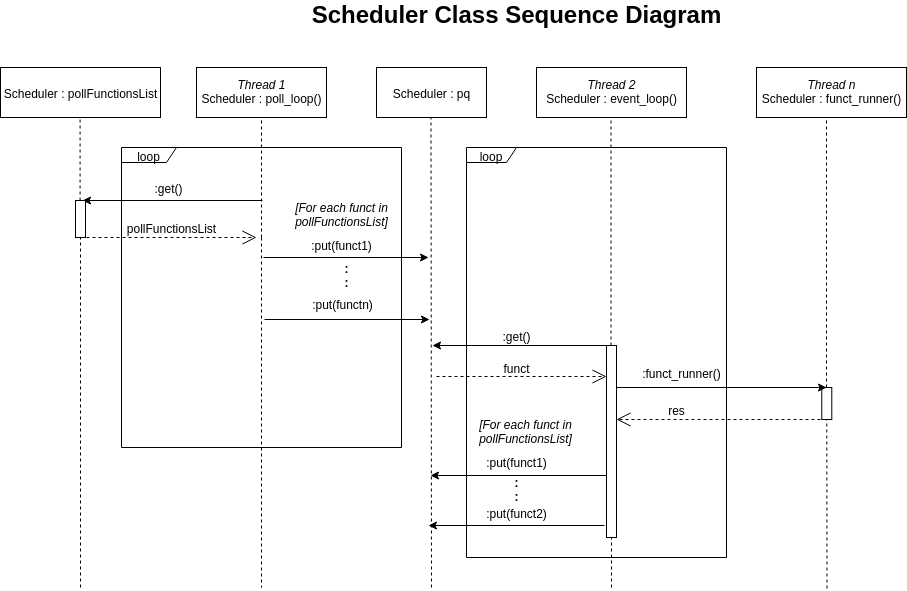
This is images/scheduler_sequence_diagram.png from Uvic-Robotics-Club/Scheduler, a draw.io export, as it was before one commit. Source tidied: cells renumbered, new cells last; positions are measured from the earlier drawing's top-left corner, leaving out a move shared by most shapes. Source of this version:
```xml
<mxGraphModel>
  <root>
    <mxCell id="0" />
    <mxCell id="1" parent="0" />
    <mxCell id="2" style="html=1;points=[];perimeter=orthogonalPerimeter;" parent="1" vertex="1">
      <mxGeometry x="821.3" y="383" width="10" height="32" as="geometry" />
    </mxCell>
    <mxCell id="3" value="loop" style="shape=umlFrame;whiteSpace=wrap;html=1;width=50;height=15;" parent="1" vertex="1">
      <mxGeometry x="466" y="143" width="260" height="410" as="geometry" />
    </mxCell>
    <mxCell id="4" value="loop" style="shape=umlFrame;whiteSpace=wrap;html=1;width=55;height=15;" parent="1" vertex="1">
      <mxGeometry x="121" y="143" width="280" height="300" as="geometry" />
    </mxCell>
    <mxCell id="5" value="&lt;i&gt;Thread 1&lt;/i&gt;&lt;br&gt;Scheduler : poll_loop()" style="html=1;" parent="1" vertex="1">
      <mxGeometry x="196" y="63" width="130" height="50" as="geometry" />
    </mxCell>
    <mxCell id="6" value="&lt;i&gt;Thread 2&lt;/i&gt;&lt;br&gt;Scheduler : event_loop()" style="html=1;" parent="1" vertex="1">
      <mxGeometry x="536" y="63" width="150" height="50" as="geometry" />
    </mxCell>
    <mxCell id="7" style="endArrow=none;dashed=1;html=1;entryX=0.5;entryY=1;entryDx=0;entryDy=0;" parent="1" edge="1" target="5">
      <mxGeometry relative="1" as="geometry">
        <mxPoint x="261" y="233" as="sourcePoint" />
      </mxGeometry>
    </mxCell>
    <mxCell id="8" style="endArrow=none;dashed=1;html=1;entryX=0.5;entryY=1;entryDx=0;entryDy=0;" parent="1" edge="1" source="14">
      <mxGeometry relative="1" as="geometry">
        <mxPoint x="610.5" y="113" as="targetPoint" />
      </mxGeometry>
    </mxCell>
    <mxCell id="9" style="endArrow=none;dashed=1;html=1;exitX=0.8;exitY=0.988;exitDx=0;exitDy=0;exitPerimeter=0;" parent="1" edge="1">
      <mxGeometry relative="1" as="geometry">
        <mxPoint x="261" y="233" as="sourcePoint" />
        <mxPoint x="261" y="583" as="targetPoint" />
      </mxGeometry>
    </mxCell>
    <mxCell id="10" value="Scheduler : pq" style="html=1;" parent="1" vertex="1">
      <mxGeometry x="376" y="63" width="110" height="50" as="geometry" />
    </mxCell>
    <mxCell id="11" style="endArrow=none;dashed=1;html=1;entryX=0.5;entryY=1;entryDx=0;entryDy=0;" parent="1" edge="1">
      <mxGeometry relative="1" as="geometry">
        <mxPoint x="431" y="583" as="sourcePoint" />
        <mxPoint x="430.5" y="113" as="targetPoint" />
      </mxGeometry>
    </mxCell>
    <mxCell id="12" value=":put(funct1)" style="text;html=1;align=center;verticalAlign=middle;" parent="1" vertex="1">
      <mxGeometry x="301" y="230" width="80" height="20" as="geometry" />
    </mxCell>
    <mxCell id="13" style="endArrow=classic;html=1;" parent="1" edge="1">
      <mxGeometry relative="1" as="geometry">
        <mxPoint x="608" y="341" as="sourcePoint" />
        <mxPoint x="432" y="341" as="targetPoint" />
      </mxGeometry>
    </mxCell>
    <mxCell id="14" style="html=1;points=[];perimeter=orthogonalPerimeter;" parent="1" vertex="1">
      <mxGeometry x="606" y="341" width="10" height="192" as="geometry" />
    </mxCell>
    <mxCell id="15" style="endArrow=none;dashed=1;html=1;entryX=0.5;entryY=1;entryDx=0;entryDy=0;" parent="1" edge="1" target="14">
      <mxGeometry relative="1" as="geometry">
        <mxPoint x="611" y="583" as="sourcePoint" />
      </mxGeometry>
    </mxCell>
    <mxCell id="16" value=":get()" style="text;html=1;align=center;verticalAlign=middle;" parent="1" vertex="1">
      <mxGeometry x="496" y="321" width="40" height="20" as="geometry" />
    </mxCell>
    <mxCell id="17" value="&lt;font style=&quot;font-size: 12px&quot;&gt;funct&lt;/font&gt;" style="endArrow=open;endSize=12;dashed=1;html=1;" parent="1" edge="1">
      <mxGeometry x="-0.06" y="9" relative="1" as="geometry">
        <mxPoint x="436" y="372" as="sourcePoint" />
        <mxPoint x="606" y="372" as="targetPoint" />
      </mxGeometry>
    </mxCell>
    <mxCell id="18" value="Scheduler : pollFunctionsList" style="html=1;" parent="1" vertex="1">
      <mxGeometry y="63" width="160" height="50" as="geometry" />
    </mxCell>
    <mxCell id="19" style="endArrow=none;dashed=1;html=1;" parent="1" edge="1" source="22">
      <mxGeometry relative="1" as="geometry">
        <mxPoint x="79.6" y="113" as="targetPoint" />
      </mxGeometry>
    </mxCell>
    <mxCell id="20" style="endArrow=classic;html=1;" parent="1" edge="1">
      <mxGeometry relative="1" as="geometry">
        <mxPoint x="263" y="253" as="sourcePoint" />
        <mxPoint x="428" y="253" as="targetPoint" />
      </mxGeometry>
    </mxCell>
    <mxCell id="21" style="endArrow=classic;html=1;" parent="1" edge="1">
      <mxGeometry relative="1" as="geometry">
        <mxPoint x="262" y="196" as="sourcePoint" />
        <mxPoint x="82" y="196" as="targetPoint" />
      </mxGeometry>
    </mxCell>
    <mxCell id="22" style="html=1;points=[];perimeter=orthogonalPerimeter;" parent="1" vertex="1">
      <mxGeometry x="75" y="196" width="10" height="37" as="geometry" />
    </mxCell>
    <mxCell id="23" style="endArrow=none;dashed=1;html=1;" parent="1" edge="1" target="22">
      <mxGeometry relative="1" as="geometry">
        <mxPoint x="80" y="583" as="sourcePoint" />
      </mxGeometry>
    </mxCell>
    <mxCell id="24" value=":get()" style="text;html=1;align=center;verticalAlign=middle;" parent="1" vertex="1">
      <mxGeometry x="148" y="173" width="40" height="20" as="geometry" />
    </mxCell>
    <mxCell id="25" value="&lt;font style=&quot;font-size: 12px&quot;&gt;pollFunctionsList&lt;/font&gt;" style="endArrow=open;endSize=12;dashed=1;html=1;" parent="1" edge="1">
      <mxGeometry y="10" relative="1" as="geometry">
        <mxPoint x="86" y="233" as="sourcePoint" />
        <mxPoint x="256" y="233" as="targetPoint" />
      </mxGeometry>
    </mxCell>
    <mxCell id="26" value=":put(functn)" style="text;html=1;align=center;verticalAlign=middle;" parent="1" vertex="1">
      <mxGeometry x="302" y="289" width="80" height="20" as="geometry" />
    </mxCell>
    <mxCell id="27" style="endArrow=classic;html=1;" parent="1" edge="1">
      <mxGeometry relative="1" as="geometry">
        <mxPoint x="264" y="315" as="sourcePoint" />
        <mxPoint x="429" y="315" as="targetPoint" />
      </mxGeometry>
    </mxCell>
    <mxCell id="28" value="&lt;b&gt;:&lt;br&gt;:&lt;/b&gt;" style="text;html=1;align=center;verticalAlign=middle;" parent="1" vertex="1">
      <mxGeometry x="336" y="257" width="20" height="30" as="geometry" />
    </mxCell>
    <mxCell id="29" value="&lt;i&gt;Thread n&lt;/i&gt;&lt;br&gt;Scheduler : funct_runner()" style="html=1;" parent="1" vertex="1">
      <mxGeometry x="756" y="63" width="150" height="50" as="geometry" />
    </mxCell>
    <mxCell id="30" style="endArrow=none;dashed=1;html=1;entryX=0.5;entryY=1;entryDx=0;entryDy=0;" parent="1" edge="1" source="2">
      <mxGeometry relative="1" as="geometry">
        <mxPoint x="826" y="113" as="targetPoint" />
      </mxGeometry>
    </mxCell>
    <mxCell id="31" style="endArrow=classic;html=1;" parent="1" edge="1">
      <mxGeometry relative="1" as="geometry">
        <mxPoint x="616" y="383" as="sourcePoint" />
        <mxPoint x="826" y="383" as="targetPoint" />
      </mxGeometry>
    </mxCell>
    <mxCell id="32" value=":funct_runner()" style="text;html=1;align=center;verticalAlign=middle;" parent="1" vertex="1">
      <mxGeometry x="636" y="358" width="90" height="20" as="geometry" />
    </mxCell>
    <mxCell id="33" value="&lt;font style=&quot;font-size: 12px&quot;&gt;res&lt;/font&gt;" style="endArrow=open;endSize=12;dashed=1;html=1;" parent="1" edge="1">
      <mxGeometry x="0.43" y="-10" relative="1" as="geometry">
        <mxPoint x="826" y="415" as="sourcePoint" />
        <mxPoint x="616" y="415" as="targetPoint" />
      </mxGeometry>
    </mxCell>
    <mxCell id="34" style="endArrow=classic;html=1;" parent="1" edge="1">
      <mxGeometry relative="1" as="geometry">
        <mxPoint x="606" y="471" as="sourcePoint" />
        <mxPoint x="430" y="471" as="targetPoint" />
      </mxGeometry>
    </mxCell>
    <mxCell id="35" value=":put(funct1)" style="text;html=1;align=center;verticalAlign=middle;" parent="1" vertex="1">
      <mxGeometry x="476" y="447" width="80" height="20" as="geometry" />
    </mxCell>
    <mxCell id="36" style="endArrow=classic;html=1;" parent="1" edge="1">
      <mxGeometry relative="1" as="geometry">
        <mxPoint x="604" y="521" as="sourcePoint" />
        <mxPoint x="428" y="521" as="targetPoint" />
      </mxGeometry>
    </mxCell>
    <mxCell id="37" value=":put(funct2)" style="text;html=1;align=center;verticalAlign=middle;" parent="1" vertex="1">
      <mxGeometry x="476" y="498" width="80" height="20" as="geometry" />
    </mxCell>
    <mxCell id="38" value="&lt;b&gt;:&lt;br&gt;:&lt;/b&gt;" style="text;html=1;align=center;verticalAlign=middle;" parent="1" vertex="1">
      <mxGeometry x="506" y="471" width="20" height="30" as="geometry" />
    </mxCell>
    <mxCell id="39" value="&lt;font style=&quot;font-size: 24px&quot;&gt;&lt;b&gt;Scheduler Class Sequence Diagram&lt;/b&gt;&lt;/font&gt;" style="text;html=1;align=center;verticalAlign=middle;" parent="1" vertex="1">
      <mxGeometry x="301" width="430" height="20" as="geometry" />
    </mxCell>
    <mxCell id="40" style="endArrow=none;dashed=1;html=1;entryX=0.5;entryY=1;entryDx=0;entryDy=0;" parent="1" edge="1" target="2">
      <mxGeometry relative="1" as="geometry">
        <mxPoint x="826.5" y="584" as="sourcePoint" />
      </mxGeometry>
    </mxCell>
    <mxCell id="41" value="&lt;i&gt;[For each funct in&lt;br&gt;pollFunctionsList]&lt;/i&gt;" style="text;html=1;align=center;verticalAlign=middle;" parent="1" vertex="1">
      <mxGeometry x="286" y="196" width="110" height="30" as="geometry" />
    </mxCell>
    <mxCell id="42" value="&lt;i&gt;[For each funct in&lt;br&gt;pollFunctionsList]&lt;/i&gt;" style="text;html=1;align=center;verticalAlign=middle;" parent="1" vertex="1">
      <mxGeometry x="470" y="413" width="110" height="30" as="geometry" />
    </mxCell>
  </root>
</mxGraphModel>
```
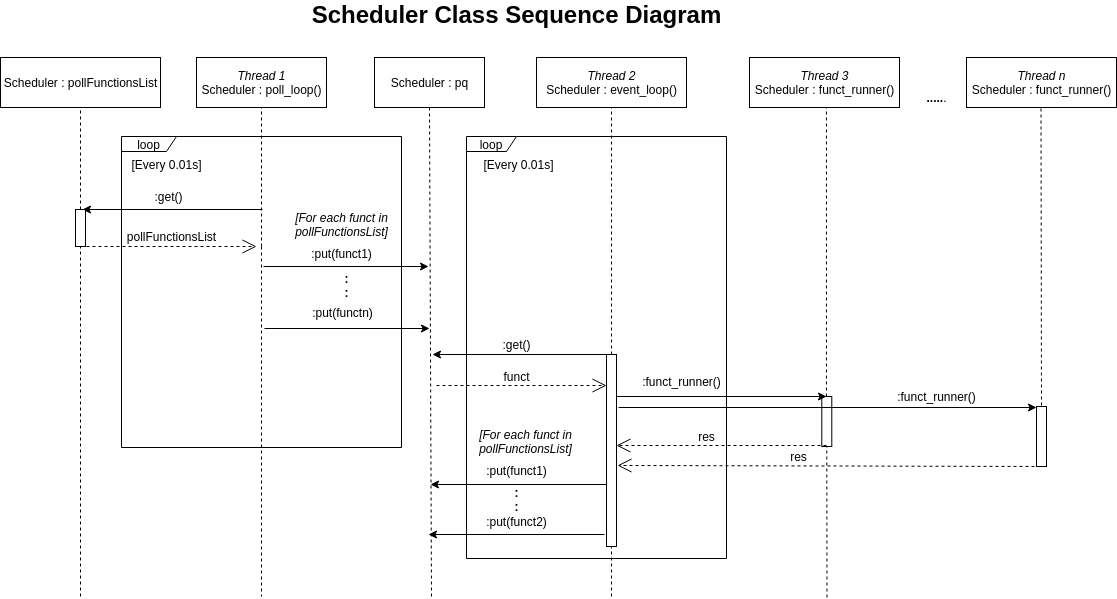
After the change.

Diff of the diagram source:
```diff
@@ -3,29 +3,27 @@
     <mxCell id="0" />
     <mxCell id="1" parent="0" />
     <mxCell id="2" style="html=1;points=[];perimeter=orthogonalPerimeter;" parent="1" vertex="1">
-      <mxGeometry x="821.3" y="383" width="10" height="32" as="geometry" />
+      <mxGeometry x="821.3" y="383" width="10" height="50" as="geometry" />
     </mxCell>
     <mxCell id="3" value="loop" style="shape=umlFrame;whiteSpace=wrap;html=1;width=50;height=15;" parent="1" vertex="1">
-      <mxGeometry x="466" y="143" width="260" height="410" as="geometry" />
+      <mxGeometry x="466" y="123" width="260" height="422" as="geometry" />
     </mxCell>
     <mxCell id="4" value="loop" style="shape=umlFrame;whiteSpace=wrap;html=1;width=55;height=15;" parent="1" vertex="1">
-      <mxGeometry x="121" y="143" width="280" height="300" as="geometry" />
+      <mxGeometry x="121" y="123" width="280" height="311" as="geometry" />
     </mxCell>
     <mxCell id="5" value="&lt;i&gt;Thread 1&lt;/i&gt;&lt;br&gt;Scheduler : poll_loop()" style="html=1;" parent="1" vertex="1">
-      <mxGeometry x="196" y="63" width="130" height="50" as="geometry" />
+      <mxGeometry x="196" y="44" width="130" height="50" as="geometry" />
     </mxCell>
     <mxCell id="6" value="&lt;i&gt;Thread 2&lt;/i&gt;&lt;br&gt;Scheduler : event_loop()" style="html=1;" parent="1" vertex="1">
-      <mxGeometry x="536" y="63" width="150" height="50" as="geometry" />
+      <mxGeometry x="536" y="44" width="150" height="50" as="geometry" />
     </mxCell>
     <mxCell id="7" style="endArrow=none;dashed=1;html=1;entryX=0.5;entryY=1;entryDx=0;entryDy=0;" parent="1" edge="1" target="5">
       <mxGeometry relative="1" as="geometry">
         <mxPoint x="261" y="233" as="sourcePoint" />
       </mxGeometry>
     </mxCell>
-    <mxCell id="8" style="endArrow=none;dashed=1;html=1;entryX=0.5;entryY=1;entryDx=0;entryDy=0;" parent="1" edge="1" source="14">
-      <mxGeometry relative="1" as="geometry">
-        <mxPoint x="610.5" y="113" as="targetPoint" />
-      </mxGeometry>
+    <mxCell id="8" style="endArrow=none;dashed=1;html=1;entryX=0.5;entryY=1;entryDx=0;entryDy=0;" parent="1" edge="1" source="14" target="6">
+      <mxGeometry relative="1" as="geometry" />
     </mxCell>
     <mxCell id="9" style="endArrow=none;dashed=1;html=1;exitX=0.8;exitY=0.988;exitDx=0;exitDy=0;exitPerimeter=0;" parent="1" edge="1">
       <mxGeometry relative="1" as="geometry">
@@ -34,12 +32,11 @@
       </mxGeometry>
     </mxCell>
     <mxCell id="10" value="Scheduler : pq" style="html=1;" parent="1" vertex="1">
-      <mxGeometry x="376" y="63" width="110" height="50" as="geometry" />
+      <mxGeometry x="374" y="44" width="110" height="50" as="geometry" />
     </mxCell>
-    <mxCell id="11" style="endArrow=none;dashed=1;html=1;entryX=0.5;entryY=1;entryDx=0;entryDy=0;" parent="1" edge="1">
+    <mxCell id="11" style="endArrow=none;dashed=1;html=1;entryX=0.5;entryY=1;entryDx=0;entryDy=0;" parent="1" edge="1" target="10">
       <mxGeometry relative="1" as="geometry">
         <mxPoint x="431" y="583" as="sourcePoint" />
-        <mxPoint x="430.5" y="113" as="targetPoint" />
       </mxGeometry>
     </mxCell>
     <mxCell id="12" value=":put(funct1)" style="text;html=1;align=center;verticalAlign=middle;" parent="1" vertex="1">
@@ -69,12 +66,10 @@
       </mxGeometry>
     </mxCell>
     <mxCell id="18" value="Scheduler : pollFunctionsList" style="html=1;" parent="1" vertex="1">
-      <mxGeometry y="63" width="160" height="50" as="geometry" />
+      <mxGeometry y="44" width="160" height="50" as="geometry" />
     </mxCell>
-    <mxCell id="19" style="endArrow=none;dashed=1;html=1;" parent="1" edge="1" source="22">
-      <mxGeometry relative="1" as="geometry">
-        <mxPoint x="79.6" y="113" as="targetPoint" />
-      </mxGeometry>
+    <mxCell id="19" style="endArrow=none;dashed=1;html=1;entryX=0.5;entryY=1;entryDx=0;entryDy=0;" parent="1" edge="1" source="22" target="18">
+      <mxGeometry relative="1" as="geometry" />
     </mxCell>
     <mxCell id="20" style="endArrow=classic;html=1;" parent="1" edge="1">
       <mxGeometry relative="1" as="geometry">
@@ -117,13 +112,11 @@
     <mxCell id="28" value="&lt;b&gt;:&lt;br&gt;:&lt;/b&gt;" style="text;html=1;align=center;verticalAlign=middle;" parent="1" vertex="1">
       <mxGeometry x="336" y="257" width="20" height="30" as="geometry" />
     </mxCell>
-    <mxCell id="29" value="&lt;i&gt;Thread n&lt;/i&gt;&lt;br&gt;Scheduler : funct_runner()" style="html=1;" parent="1" vertex="1">
-      <mxGeometry x="756" y="63" width="150" height="50" as="geometry" />
+    <mxCell id="29" value="&lt;i&gt;Thread 3&lt;/i&gt;&lt;br&gt;Scheduler : funct_runner()" style="html=1;" parent="1" vertex="1">
+      <mxGeometry x="749" y="44" width="150" height="50" as="geometry" />
     </mxCell>
-    <mxCell id="30" style="endArrow=none;dashed=1;html=1;entryX=0.5;entryY=1;entryDx=0;entryDy=0;" parent="1" edge="1" source="2">
-      <mxGeometry relative="1" as="geometry">
-        <mxPoint x="826" y="113" as="targetPoint" />
-      </mxGeometry>
+    <mxCell id="30" style="endArrow=none;dashed=1;html=1;entryX=0.513;entryY=1.01;entryDx=0;entryDy=0;entryPerimeter=0;" parent="1" edge="1" source="2" target="29">
+      <mxGeometry relative="1" as="geometry" />
     </mxCell>
     <mxCell id="31" style="endArrow=classic;html=1;" parent="1" edge="1">
       <mxGeometry relative="1" as="geometry">
@@ -135,9 +128,9 @@
       <mxGeometry x="636" y="358" width="90" height="20" as="geometry" />
     </mxCell>
     <mxCell id="33" value="&lt;font style=&quot;font-size: 12px&quot;&gt;res&lt;/font&gt;" style="endArrow=open;endSize=12;dashed=1;html=1;" parent="1" edge="1">
-      <mxGeometry x="0.43" y="-10" relative="1" as="geometry">
-        <mxPoint x="826" y="415" as="sourcePoint" />
-        <mxPoint x="616" y="415" as="targetPoint" />
+      <mxGeometry x="0.14" y="-9" relative="1" as="geometry">
+        <mxPoint x="826" y="432" as="sourcePoint" />
+        <mxPoint x="616" y="432" as="targetPoint" />
       </mxGeometry>
     </mxCell>
     <mxCell id="34" style="endArrow=classic;html=1;" parent="1" edge="1">
@@ -162,7 +155,7 @@
       <mxGeometry x="506" y="471" width="20" height="30" as="geometry" />
     </mxCell>
     <mxCell id="39" value="&lt;font style=&quot;font-size: 24px&quot;&gt;&lt;b&gt;Scheduler Class Sequence Diagram&lt;/b&gt;&lt;/font&gt;" style="text;html=1;align=center;verticalAlign=middle;" parent="1" vertex="1">
-      <mxGeometry x="301" width="430" height="20" as="geometry" />
+      <mxGeometry x="301" y="-9" width="430" height="20" as="geometry" />
     </mxCell>
     <mxCell id="40" style="endArrow=none;dashed=1;html=1;entryX=0.5;entryY=1;entryDx=0;entryDy=0;" parent="1" edge="1" target="2">
       <mxGeometry relative="1" as="geometry">
@@ -175,5 +168,37 @@
     <mxCell id="42" value="&lt;i&gt;[For each funct in&lt;br&gt;pollFunctionsList]&lt;/i&gt;" style="text;html=1;align=center;verticalAlign=middle;" parent="1" vertex="1">
       <mxGeometry x="470" y="413" width="110" height="30" as="geometry" />
     </mxCell>
+    <mxCell id="43" value="[Every 0.01s]" style="text;html=1;align=center;verticalAlign=middle;" parent="1" vertex="1">
+      <mxGeometry x="121" y="141" width="90" height="20" as="geometry" />
+    </mxCell>
+    <mxCell id="44" value="[Every 0.01s]" style="text;html=1;align=center;verticalAlign=middle;" parent="1" vertex="1">
+      <mxGeometry x="473" y="141" width="90" height="20" as="geometry" />
+    </mxCell>
+    <mxCell id="45" value="&lt;i&gt;Thread n&lt;/i&gt;&lt;br&gt;Scheduler : funct_runner()" style="html=1;" parent="1" vertex="1">
+      <mxGeometry x="966" y="44" width="150" height="50" as="geometry" />
+    </mxCell>
+    <mxCell id="46" value="&lt;b&gt;.....&lt;/b&gt;." style="text;html=1;align=center;verticalAlign=middle;" parent="1" vertex="1">
+      <mxGeometry x="916" y="74" width="40" height="20" as="geometry" />
+    </mxCell>
+    <mxCell id="47" style="endArrow=none;dashed=1;html=1;entryX=0.513;entryY=1.01;entryDx=0;entryDy=0;entryPerimeter=0;" parent="1" edge="1">
+      <mxGeometry relative="1" as="geometry">
+        <mxPoint x="1041" y="398" as="sourcePoint" />
+        <mxPoint x="1040.5" y="94.5" as="targetPoint" />
+      </mxGeometry>
+    </mxCell>
+    <mxCell id="48" style="html=1;points=[];perimeter=orthogonalPerimeter;" parent="1" vertex="1">
+      <mxGeometry x="1036" y="393" width="10" height="60" as="geometry" />
+    </mxCell>
+    <mxCell id="49" value=":funct_runner()" style="text;html=1;align=center;verticalAlign=middle;" parent="1" vertex="1">
+      <mxGeometry x="891" y="373" width="90" height="20" as="geometry" />
+    </mxCell>
+    <mxCell id="50" style="endArrow=classic;html=1;exitX=1.2;exitY=0.276;exitDx=0;exitDy=0;exitPerimeter=0;" parent="1" edge="1" source="14">
+      <mxGeometry relative="1" as="geometry">
+        <mxPoint x="1036" y="394" as="targetPoint" />
+      </mxGeometry>
+    </mxCell>
+    <mxCell id="51" value="&lt;font style=&quot;font-size: 12px&quot;&gt;res&lt;/font&gt;" style="endArrow=open;endSize=12;dashed=1;html=1;entryX=1.1;entryY=0.578;entryDx=0;entryDy=0;entryPerimeter=0;exitX=0.4;exitY=1;exitDx=0;exitDy=0;exitPerimeter=0;" parent="1" edge="1" source="48" target="14">
+      <mxGeometry x="0.14" y="-9" relative="1" as="geometry" />
+    </mxCell>
   </root>
 </mxGraphModel>
```
